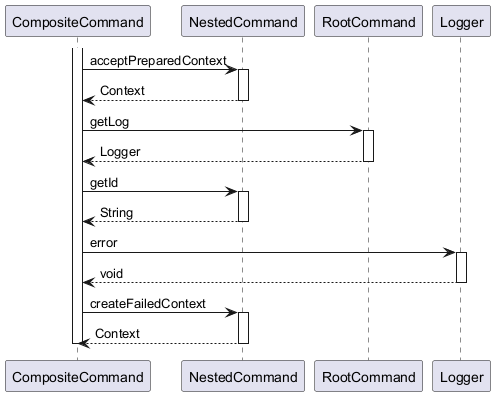
Earlier version of the PlantUML export business-logic/documentation/html/images/MacroCommand.createNestedContext.puml.png.png (OlegSopilnyak/school-demo).
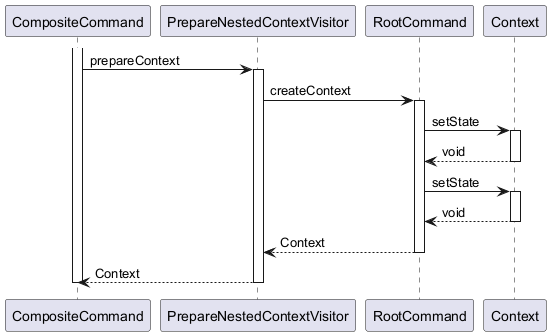
The same file after the commit.

Change to the diagram source:
```diff
@@ -1,31 +1,27 @@
 @startuml
 
 participant CompositeCommand
-participant NestedCommand
+participant PrepareNestedContextVisitor
 participant RootCommand
-participant Logger
+participant Context
 
 activate CompositeCommand
-	CompositeCommand -> NestedCommand : acceptPreparedContext
-	activate NestedCommand
-		NestedCommand --> CompositeCommand : Context
-	deactivate NestedCommand
-	CompositeCommand -> RootCommand : getLog
-	activate RootCommand
-		RootCommand --> CompositeCommand : Logger
-	deactivate RootCommand
-	CompositeCommand -> NestedCommand : getId
-	activate NestedCommand
-		NestedCommand --> CompositeCommand : String
-	deactivate NestedCommand
-	CompositeCommand -> Logger : error
-	activate Logger
-		Logger --> CompositeCommand : void
-	deactivate Logger
-	CompositeCommand -> NestedCommand : createFailedContext
-	activate NestedCommand
-		NestedCommand --> CompositeCommand : Context
-	deactivate NestedCommand
+	CompositeCommand -> PrepareNestedContextVisitor : prepareContext
+	activate PrepareNestedContextVisitor
+		PrepareNestedContextVisitor -> RootCommand : createContext
+		activate RootCommand
+			RootCommand -> Context : setState
+			activate Context
+				Context --> RootCommand : void
+			deactivate Context
+			RootCommand -> Context : setState
+			activate Context
+				Context --> RootCommand : void
+			deactivate Context
+			RootCommand --> PrepareNestedContextVisitor : Context
+		deactivate RootCommand
+		PrepareNestedContextVisitor --> CompositeCommand : Context
+	deactivate PrepareNestedContextVisitor
 deactivate CompositeCommand
 
 @enduml
```
